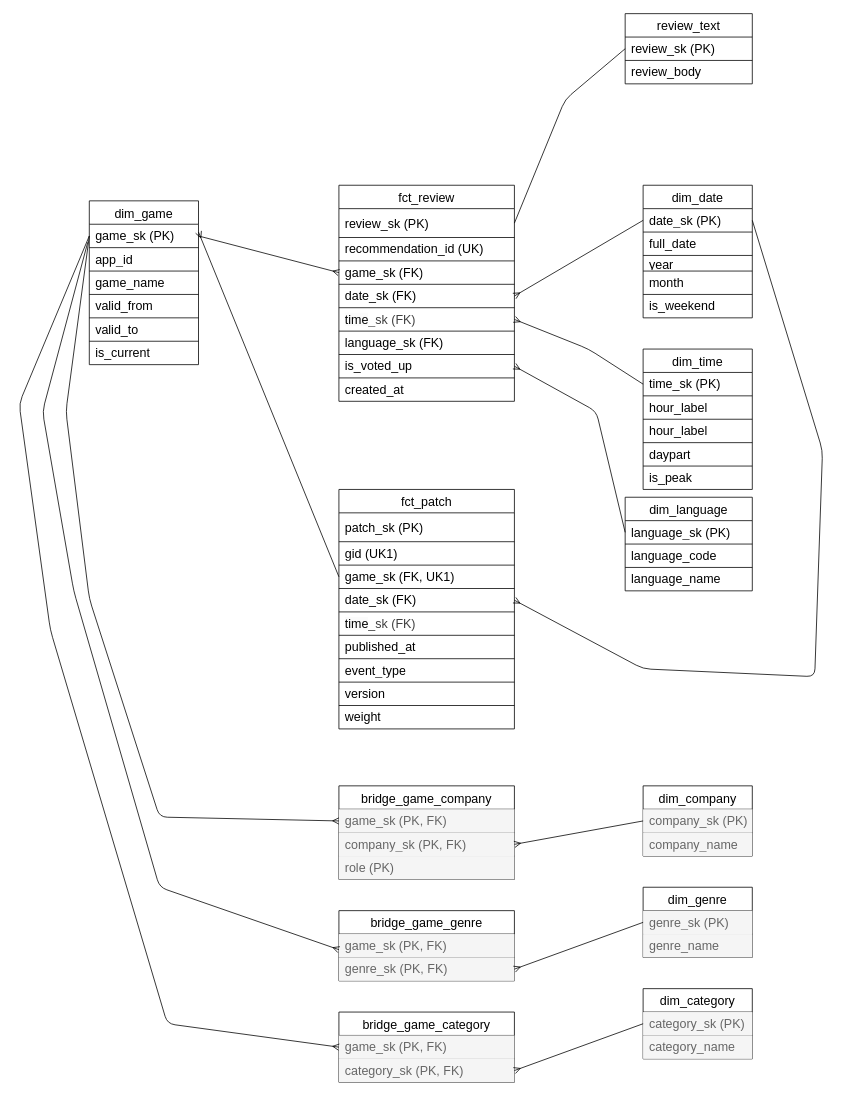
This is docs/er/core.drawio from lebedev-ay/steam-health, a draw.io file, before an edit. Source tidied: cells renumbered, new cells numbered last; positions are measured from the earlier drawing's top-left corner, leaving out a move shared by most shapes. Both pictures are drawn from the tidied source at 78%, with x=0, y=0 at pixel (19, 13).
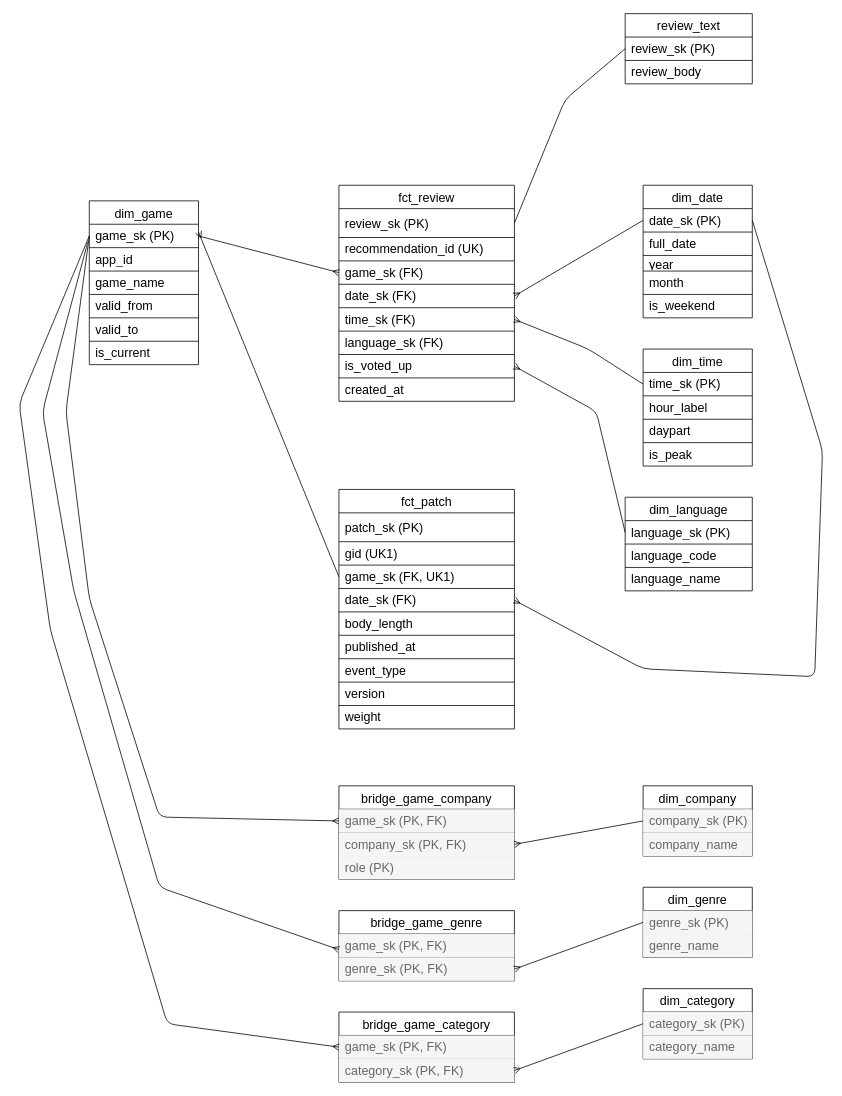
The same page after the edit.

Commit message:
core.drawio: убраны артефакты редактора и колонка, которой нет в схеме

The change refers to these unchanged cells:
```xml
<mxCell id="24" style="shape=tableRow;horizontal=0;startSize=0;swimlaneHead=0;swimlaneBody=0;top=0;left=0;bottom=0;right=0;fillColor=none;points=[[0,0.5],[1,0.5]];portConstraint=eastwest;strokeColor=inherit;fontSize=16;" parent="15" vertex="1">
  <mxGeometry y="157" width="225" height="30" as="geometry" />
</mxCell>
<mxCell id="80" style="shape=tableRow;horizontal=0;startSize=0;swimlaneHead=0;swimlaneBody=0;top=0;left=0;bottom=0;right=0;fillColor=none;strokeColor=inherit;fontSize=16;" parent="71" vertex="1">
  <mxGeometry y="157" width="225" height="30" as="geometry" />
</mxCell>
```

What changed in the source:
```diff
@@
-    <mxCell id="25" value="&lt;span style=&quot;color: rgb(0, 0, 0); font-family: Helvetica; font-size: 16px; font-style: normal; font-variant-ligatures: normal; font-variant-caps: normal; font-weight: 400; letter-spacing: normal; orphans: 2; text-align: left; text-indent: 0px; text-transform: none; widows: 2; word-spacing: 0px; -webkit-text-stroke-width: 0px; white-space: normal; background-color: rgb(251, 251, 251); text-decoration-thickness: initial; text-decoration-style: initial; text-decoration-color: initial; float: none; display: inline !important;&quot;&gt;time&lt;/span&gt;&lt;span style=&quot;forced-color-adjust: none; color: rgb(63, 63, 63); scrollbar-color: rgb(226, 226, 226) rgb(251, 251, 251); font-family: Helvetica; font-size: 16px; font-style: normal; font-variant-ligatures: normal; font-variant-caps: normal; font-weight: 400; letter-spacing: normal; orphans: 2; text-align: left; text-indent: 0px; text-transform: none; widows: 2; word-spacing: 0px; -webkit-text-stroke-width: 0px; white-space: normal; background-color: transparent; text-decoration-thickness: initial; text-decoration-style: initial; text-decoration-color: initial;&quot;&gt;_sk (FK)&lt;/span&gt;" style="shape=partialRectangle;html=1;whiteSpace=wrap;fillColor=none;top=0;left=0;bottom=0;right=0;align=left;spacingLeft=6;overflow=hidden;strokeColor=inherit;fontSize=16;" parent="24" vertex="1">
+    <mxCell id="25" value="time_sk (FK)" style="shape=partialRectangle;html=1;whiteSpace=wrap;fillColor=none;top=0;left=0;bottom=0;right=0;align=left;spacingLeft=6;overflow=hidden;strokeColor=inherit;fontSize=16;" parent="24" vertex="1">
       <mxGeometry width="225" height="30" as="geometry" />
     </mxCell>
@@
     <mxCell id="45" value="dim_time" style="shape=table;startSize=30;childLayout=tableLayout;rowLines=1;fontStyle=0;strokeColor=default;fontSize=16;" parent="1" vertex="1">
-      <mxGeometry x="800" y="430" width="140" height="180" as="geometry" />
+      <mxGeometry x="800" y="430" width="140" height="150" as="geometry" />
     </mxCell>
@@
-    <mxCell id="48" style="shape=tableRow;horizontal=0;startSize=0;swimlaneHead=0;swimlaneBody=0;top=0;left=0;bottom=0;right=0;fillColor=none;strokeColor=inherit;fontSize=16;" parent="45" vertex="1">
-      <mxGeometry y="60" width="140" height="30" as="geometry" />
-    </mxCell>
-    <mxCell id="49" value="hour_label" style="shape=partialRectangle;html=1;whiteSpace=wrap;fillColor=none;top=0;left=0;bottom=0;right=0;align=left;spacingLeft=6;overflow=hidden;strokeColor=inherit;fontSize=16;" parent="48" vertex="1">
-      <mxGeometry width="140" height="30" as="geometry" />
-    </mxCell>
     <mxCell id="50" style="shape=tableRow;horizontal=0;startSize=0;swimlaneHead=0;swimlaneBody=0;top=0;left=0;bottom=0;right=0;fillColor=none;strokeColor=inherit;fontSize=16;" parent="45" vertex="1">
-      <mxGeometry y="90" width="140" height="30" as="geometry" />
+      <mxGeometry y="60" width="140" height="30" as="geometry" />
     </mxCell>
@@
     <mxCell id="52" style="shape=tableRow;horizontal=0;startSize=0;swimlaneHead=0;swimlaneBody=0;top=0;left=0;bottom=0;right=0;fillColor=none;strokeColor=inherit;fontSize=16;" parent="45" vertex="1">
-      <mxGeometry y="120" width="140" height="30" as="geometry" />
+      <mxGeometry y="90" width="140" height="30" as="geometry" />
     </mxCell>
@@
     <mxCell id="54" style="shape=tableRow;horizontal=0;startSize=0;swimlaneHead=0;swimlaneBody=0;top=0;left=0;bottom=0;right=0;fillColor=none;strokeColor=inherit;fontSize=16;" parent="45" vertex="1">
-      <mxGeometry y="150" width="140" height="30" as="geometry" />
+      <mxGeometry y="120" width="140" height="30" as="geometry" />
     </mxCell>
@@
-    <mxCell id="81" value="&lt;span style=&quot;color: rgb(0, 0, 0); font-family: Helvetica; font-size: 16px; font-style: normal; font-variant-ligatures: normal; font-variant-caps: normal; font-weight: 400; letter-spacing: normal; orphans: 2; text-align: left; text-indent: 0px; text-transform: none; widows: 2; word-spacing: 0px; -webkit-text-stroke-width: 0px; white-space: normal; background-color: rgb(251, 251, 251); text-decoration-thickness: initial; text-decoration-style: initial; text-decoration-color: initial; float: none; display: inline !important;&quot;&gt;time&lt;/span&gt;&lt;span style=&quot;forced-color-adjust: none; color: rgb(63, 63, 63); scrollbar-color: rgb(226, 226, 226) rgb(251, 251, 251); font-family: Helvetica; font-size: 16px; font-style: normal; font-variant-ligatures: normal; font-variant-caps: normal; font-weight: 400; letter-spacing: normal; orphans: 2; text-align: left; text-indent: 0px; text-transform: none; widows: 2; word-spacing: 0px; -webkit-text-stroke-width: 0px; white-space: normal; background-color: transparent; text-decoration-thickness: initial; text-decoration-style: initial; text-decoration-color: initial;&quot;&gt;_sk (FK)&lt;/span&gt;" style="shape=partialRectangle;html=1;whiteSpace=wrap;fillColor=none;top=0;left=0;bottom=0;right=0;align=left;spacingLeft=6;overflow=hidden;strokeColor=inherit;fontSize=16;" parent="80" vertex="1">
+    <mxCell id="81" value="body_length" style="shape=partialRectangle;html=1;whiteSpace=wrap;fillColor=none;top=0;left=0;bottom=0;right=0;align=left;spacingLeft=6;overflow=hidden;strokeColor=inherit;fontSize=16;" parent="80" vertex="1">
       <mxGeometry width="225" height="30" as="geometry" />
     </mxCell>
```
